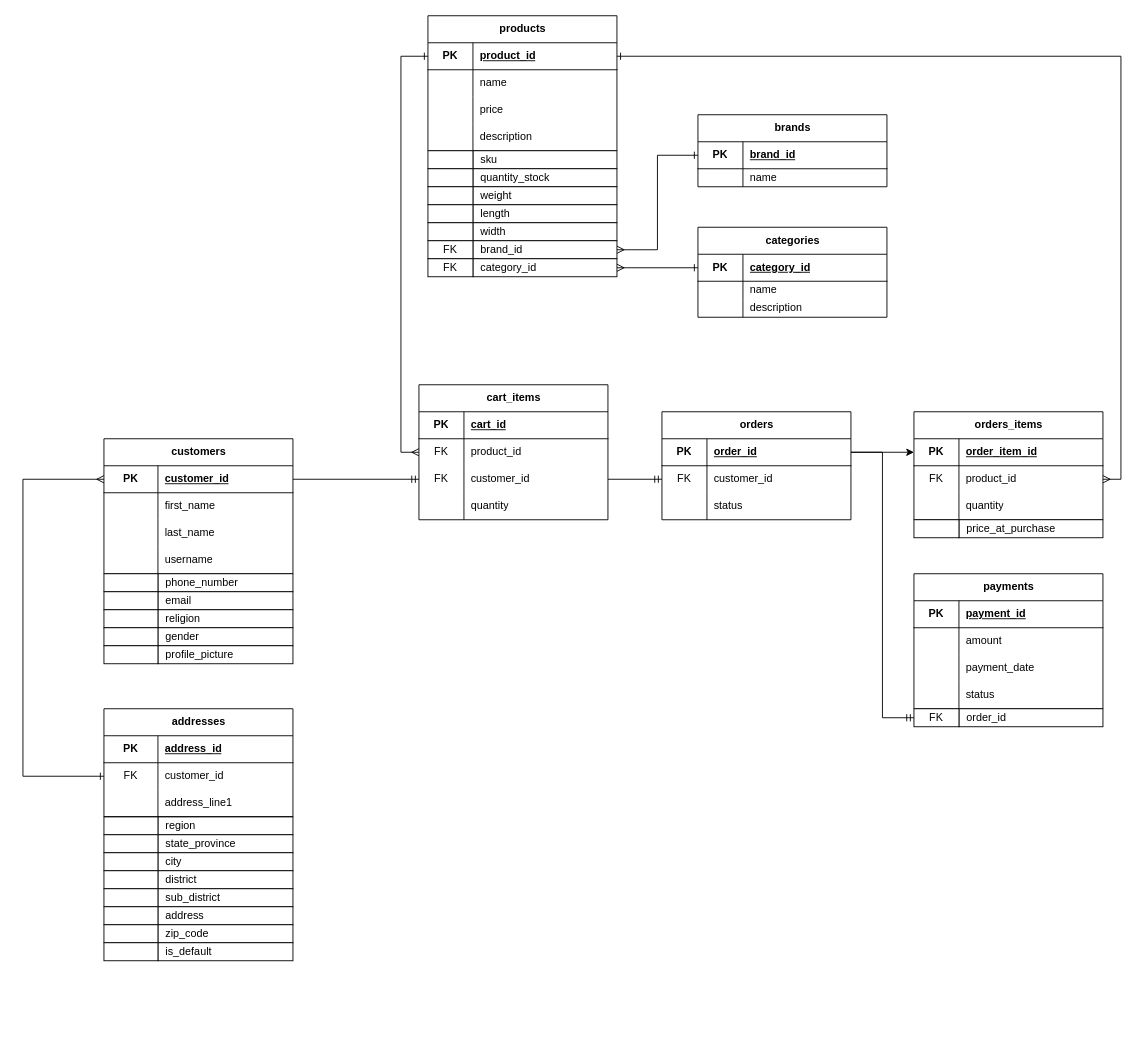
Earlier version of the draw.io diagram erd e-commerce umkm.drawio (Hendra1505/portofolio). Source tidied: cells renumbered, new cells numbered last; positions are measured from the earlier drawing's top-left corner, leaving out a move shared by most shapes. Both pictures are drawn from the tidied source at 90%, with x=0, y=0 at pixel (22, 15).
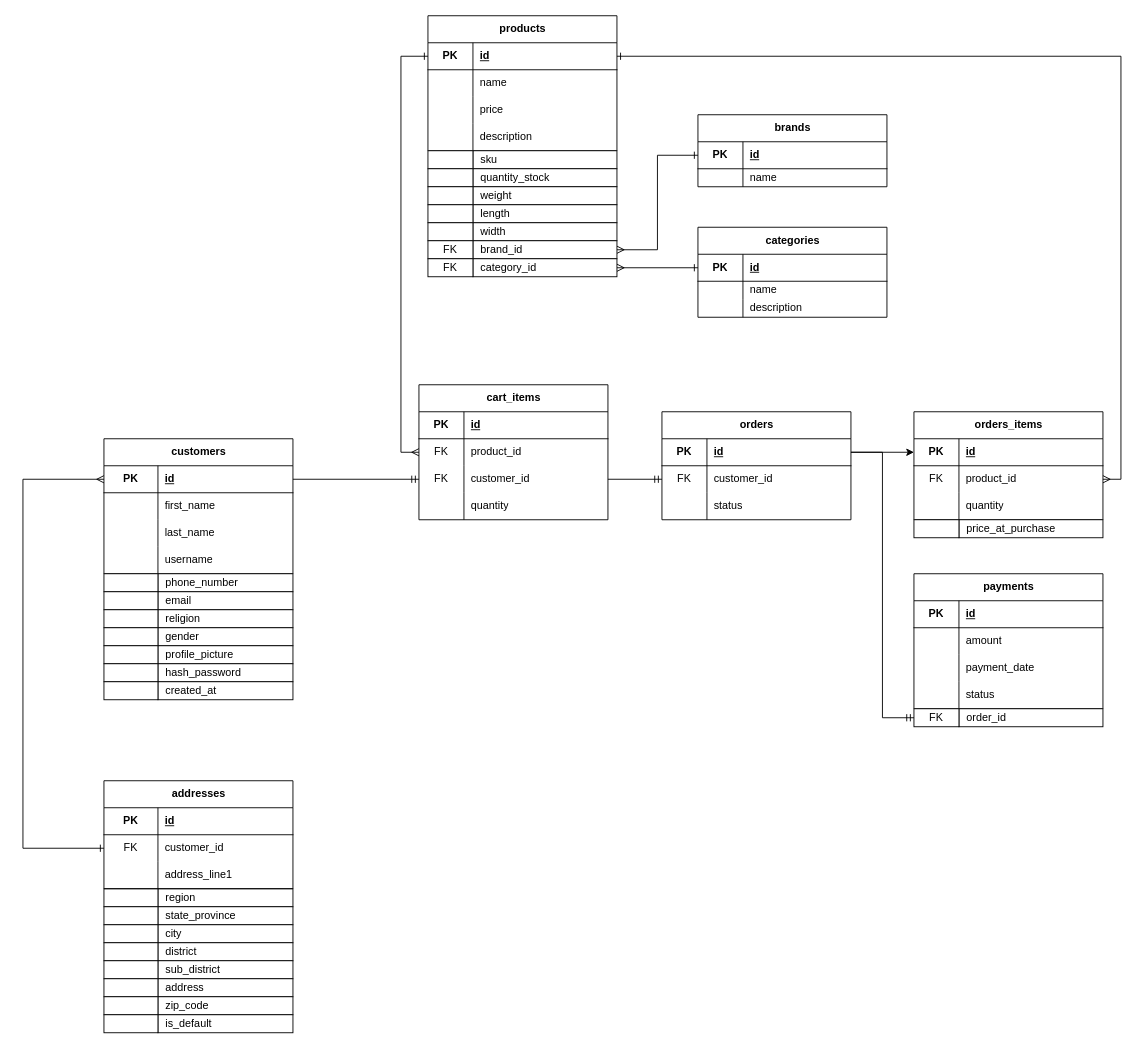
Above is the later version.

Commit message:
[Ekky] modify ERD

The change refers to these unchanged cells:
```xml
<mxCell id="3" style="shape=tableRow;horizontal=0;startSize=0;swimlaneHead=0;swimlaneBody=0;fillColor=none;points=[[0,0.5],[1,0.5]];portConstraint=eastwest;top=0;left=0;right=0;bottom=1;" parent="2" vertex="1">
  <mxGeometry y="30" width="210" height="30" as="geometry" />
</mxCell>
<mxCell id="16" style="shape=tableRow;horizontal=0;startSize=0;swimlaneHead=0;swimlaneBody=0;fillColor=none;points=[[0,0.5],[1,0.5]];portConstraint=eastwest;top=0;left=0;right=0;bottom=1;" parent="15" vertex="1">
  <mxGeometry y="30" width="210" height="30" as="geometry" />
</mxCell>
<mxCell id="53" style="shape=tableRow;horizontal=0;startSize=0;swimlaneHead=0;swimlaneBody=0;fillColor=none;top=0;left=0;right=0;bottom=1;" parent="52" vertex="1">
  <mxGeometry y="30" width="210" height="30" as="geometry" />
</mxCell>
<mxCell id="66" style="shape=tableRow;horizontal=0;startSize=0;swimlaneHead=0;swimlaneBody=0;fillColor=none;top=0;left=0;right=0;bottom=1;" parent="65" vertex="1">
  <mxGeometry y="30" width="210" height="30" as="geometry" />
</mxCell>
<mxCell id="81" style="shape=tableRow;horizontal=0;startSize=0;swimlaneHead=0;swimlaneBody=0;fillColor=none;points=[[0,0.5],[1,0.5]];portConstraint=eastwest;top=0;left=0;right=0;bottom=1;" parent="80" vertex="1">
  <mxGeometry y="30" width="210" height="30" as="geometry" />
</mxCell>
<mxCell id="107" style="shape=tableRow;horizontal=0;startSize=0;swimlaneHead=0;swimlaneBody=0;fillColor=none;points=[[0,0.5],[1,0.5]];portConstraint=eastwest;top=0;left=0;right=0;bottom=1;" parent="106" vertex="1">
  <mxGeometry y="30" width="210" height="30" as="geometry" />
</mxCell>
<mxCell id="117" style="shape=tableRow;horizontal=0;startSize=0;swimlaneHead=0;swimlaneBody=0;fillColor=none;points=[[0,0.5],[1,0.5]];portConstraint=eastwest;top=0;left=0;right=0;bottom=1;" parent="116" vertex="1">
  <mxGeometry y="30" width="210" height="30" as="geometry" />
</mxCell>
<mxCell id="127" style="shape=tableRow;horizontal=0;startSize=0;swimlaneHead=0;swimlaneBody=0;fillColor=none;points=[[0,0.5],[1,0.5]];portConstraint=eastwest;top=0;left=0;right=0;bottom=1;" parent="126" vertex="1">
  <mxGeometry y="30" width="210" height="30" as="geometry" />
</mxCell>
<mxCell id="134" style="shape=tableRow;horizontal=0;startSize=0;swimlaneHead=0;swimlaneBody=0;fillColor=none;top=0;left=0;right=0;bottom=1;" parent="133" vertex="1">
  <mxGeometry y="30" width="210" height="30" as="geometry" />
</mxCell>
<mxCell id="137" style="shape=tableRow;horizontal=0;startSize=0;swimlaneHead=0;swimlaneBody=0;fillColor=none;points=[[0,0.5],[1,0.5]];portConstraint=eastwest;top=0;left=0;right=0;bottom=0;" parent="133" vertex="1">
  <mxGeometry y="60" width="210" height="30" as="geometry" />
</mxCell>
```

What changed in the source:
```diff
@@
-    <mxCell id="5" value="customer_id" style="shape=partialRectangle;fillColor=none;top=0;left=0;bottom=0;right=0;align=left;spacingLeft=6;fontStyle=5;overflow=hidden;whiteSpace=wrap;html=1;" parent="3" vertex="1">
+    <mxCell id="5" value="id" style="shape=partialRectangle;fillColor=none;top=0;left=0;bottom=0;right=0;align=left;spacingLeft=6;fontStyle=5;overflow=hidden;whiteSpace=wrap;html=1;" parent="3" vertex="1">
       <mxGeometry x="60" width="150" height="30" as="geometry" />
     </mxCell>
@@
-    <mxCell id="18" value="product_id" style="shape=partialRectangle;fillColor=none;top=0;left=0;bottom=0;right=0;align=left;spacingLeft=6;fontStyle=5;overflow=hidden;whiteSpace=wrap;html=1;" parent="16" vertex="1">
+    <mxCell id="18" value="id" style="shape=partialRectangle;fillColor=none;top=0;left=0;bottom=0;right=0;align=left;spacingLeft=6;fontStyle=5;overflow=hidden;whiteSpace=wrap;html=1;" parent="16" vertex="1">
       <mxGeometry x="50" width="160" height="30" as="geometry" />
     </mxCell>
@@
     <mxCell id="32" value="&amp;nbsp; region" style="whiteSpace=wrap;html=1;align=left;" parent="1" vertex="1">
-      <mxGeometry x="150" y="890" width="150" height="20" as="geometry" />
+      <mxGeometry x="150" y="970" width="150" height="20" as="geometry" />
     </mxCell>
     <mxCell id="33" style="whiteSpace=wrap;html=1;align=center;" parent="1" vertex="1">
-      <mxGeometry x="90" y="890" width="60" height="20" as="geometry" />
+      <mxGeometry x="90" y="970" width="60" height="20" as="geometry" />
     </mxCell>
     <mxCell id="34" value="&amp;nbsp; state_province" style="whiteSpace=wrap;html=1;align=left;" parent="1" vertex="1">
-      <mxGeometry x="150" y="910" width="150" height="20" as="geometry" />
+      <mxGeometry x="150" y="990" width="150" height="20" as="geometry" />
     </mxCell>
     <mxCell id="35" style="whiteSpace=wrap;html=1;align=center;" parent="1" vertex="1">
-      <mxGeometry x="90" y="910" width="60" height="20" as="geometry" />
+      <mxGeometry x="90" y="990" width="60" height="20" as="geometry" />
     </mxCell>
     <mxCell id="36" value="&amp;nbsp; city" style="whiteSpace=wrap;html=1;align=left;" parent="1" vertex="1">
-      <mxGeometry x="150" y="930" width="150" height="20" as="geometry" />
+      <mxGeometry x="150" y="1010" width="150" height="20" as="geometry" />
     </mxCell>
     <mxCell id="37" style="whiteSpace=wrap;html=1;align=center;" parent="1" vertex="1">
-      <mxGeometry x="90" y="930" width="60" height="20" as="geometry" />
+      <mxGeometry x="90" y="1010" width="60" height="20" as="geometry" />
     </mxCell>
     <mxCell id="38" value="&amp;nbsp; district" style="whiteSpace=wrap;html=1;align=left;" parent="1" vertex="1">
-      <mxGeometry x="150" y="950" width="150" height="20" as="geometry" />
+      <mxGeometry x="150" y="1030" width="150" height="20" as="geometry" />
     </mxCell>
     <mxCell id="39" style="whiteSpace=wrap;html=1;align=center;" parent="1" vertex="1">
-      <mxGeometry x="90" y="950" width="60" height="20" as="geometry" />
+      <mxGeometry x="90" y="1030" width="60" height="20" as="geometry" />
     </mxCell>
     <mxCell id="40" value="&amp;nbsp; sub_district" style="whiteSpace=wrap;html=1;align=left;" parent="1" vertex="1">
-      <mxGeometry x="150" y="970" width="150" height="20" as="geometry" />
+      <mxGeometry x="150" y="1050" width="150" height="20" as="geometry" />
     </mxCell>
     <mxCell id="41" style="whiteSpace=wrap;html=1;align=center;" parent="1" vertex="1">
-      <mxGeometry x="90" y="970" width="60" height="20" as="geometry" />
+      <mxGeometry x="90" y="1050" width="60" height="20" as="geometry" />
     </mxCell>
     <mxCell id="42" value="&amp;nbsp; address" style="whiteSpace=wrap;html=1;align=left;" parent="1" vertex="1">
-      <mxGeometry x="150" y="990" width="150" height="20" as="geometry" />
+      <mxGeometry x="150" y="1070" width="150" height="20" as="geometry" />
     </mxCell>
     <mxCell id="43" style="whiteSpace=wrap;html=1;align=center;" parent="1" vertex="1">
-      <mxGeometry x="90" y="990" width="60" height="20" as="geometry" />
+      <mxGeometry x="90" y="1070" width="60" height="20" as="geometry" />
     </mxCell>
     <mxCell id="44" value="&amp;nbsp; zip_code" style="whiteSpace=wrap;html=1;align=left;" parent="1" vertex="1">
-      <mxGeometry x="150" y="1010" width="150" height="20" as="geometry" />
+      <mxGeometry x="150" y="1090" width="150" height="20" as="geometry" />
     </mxCell>
     <mxCell id="45" style="whiteSpace=wrap;html=1;align=center;" parent="1" vertex="1">
-      <mxGeometry x="90" y="1010" width="60" height="20" as="geometry" />
+      <mxGeometry x="90" y="1090" width="60" height="20" as="geometry" />
     </mxCell>
@@
-    <mxCell id="55" value="payment_id" style="shape=partialRectangle;fillColor=none;top=0;left=0;bottom=0;right=0;align=left;spacingLeft=6;fontStyle=5;overflow=hidden;whiteSpace=wrap;html=1;" parent="53" vertex="1">
+    <mxCell id="55" value="id" style="shape=partialRectangle;fillColor=none;top=0;left=0;bottom=0;right=0;align=left;spacingLeft=6;fontStyle=5;overflow=hidden;whiteSpace=wrap;html=1;" parent="53" vertex="1">
       <mxGeometry x="50" width="160" height="30" as="geometry" />
     </mxCell>
@@
-    <mxCell id="68" value="cart_id" style="shape=partialRectangle;fillColor=none;top=0;left=0;bottom=0;right=0;align=left;spacingLeft=6;fontStyle=5;overflow=hidden;whiteSpace=wrap;html=1;" parent="66" vertex="1">
+    <mxCell id="68" value="id" style="shape=partialRectangle;fillColor=none;top=0;left=0;bottom=0;right=0;align=left;spacingLeft=6;fontStyle=5;overflow=hidden;whiteSpace=wrap;html=1;" parent="66" vertex="1">
       <mxGeometry x="50" width="160" height="30" as="geometry" />
     </mxCell>
@@
-    <mxCell id="83" value="order_id" style="shape=partialRectangle;fillColor=none;top=0;left=0;bottom=0;right=0;align=left;spacingLeft=6;fontStyle=5;overflow=hidden;whiteSpace=wrap;html=1;" parent="81" vertex="1">
+    <mxCell id="83" value="id" style="shape=partialRectangle;fillColor=none;top=0;left=0;bottom=0;right=0;align=left;spacingLeft=6;fontStyle=5;overflow=hidden;whiteSpace=wrap;html=1;" parent="81" vertex="1">
       <mxGeometry x="50" width="160" height="30" as="geometry" />
     </mxCell>
@@
-    <mxCell id="109" value="order_item_id" style="shape=partialRectangle;fillColor=none;top=0;left=0;bottom=0;right=0;align=left;spacingLeft=6;fontStyle=5;overflow=hidden;whiteSpace=wrap;html=1;" parent="107" vertex="1">
+    <mxCell id="109" value="id" style="shape=partialRectangle;fillColor=none;top=0;left=0;bottom=0;right=0;align=left;spacingLeft=6;fontStyle=5;overflow=hidden;whiteSpace=wrap;html=1;" parent="107" vertex="1">
       <mxGeometry x="50" width="160" height="30" as="geometry" />
     </mxCell>
@@
-    <mxCell id="119" value="category_id" style="shape=partialRectangle;fillColor=none;top=0;left=0;bottom=0;right=0;align=left;spacingLeft=6;fontStyle=5;overflow=hidden;whiteSpace=wrap;html=1;" parent="117" vertex="1">
+    <mxCell id="119" value="id" style="shape=partialRectangle;fillColor=none;top=0;left=0;bottom=0;right=0;align=left;spacingLeft=6;fontStyle=5;overflow=hidden;whiteSpace=wrap;html=1;" parent="117" vertex="1">
       <mxGeometry x="50" width="160" height="30" as="geometry" />
     </mxCell>
@@
-    <mxCell id="129" value="brand_id" style="shape=partialRectangle;fillColor=none;top=0;left=0;bottom=0;right=0;align=left;spacingLeft=6;fontStyle=5;overflow=hidden;whiteSpace=wrap;html=1;" parent="127" vertex="1">
+    <mxCell id="129" value="id" style="shape=partialRectangle;fillColor=none;top=0;left=0;bottom=0;right=0;align=left;spacingLeft=6;fontStyle=5;overflow=hidden;whiteSpace=wrap;html=1;" parent="127" vertex="1">
       <mxGeometry x="50" width="160" height="30" as="geometry" />
     </mxCell>
@@
     <mxCell id="133" value="addresses" style="shape=table;startSize=30;childLayout=tableLayout;rowLines=0;fontStyle=1;align=center;html=1;" parent="1" vertex="1">
-      <mxGeometry x="90" y="770" width="210" height="120" as="geometry" />
+      <mxGeometry x="90" y="850" width="210" height="120" as="geometry" />
     </mxCell>
@@
-    <mxCell id="136" value="address_id" style="shape=partialRectangle;fillColor=none;top=0;left=0;bottom=0;right=0;align=left;spacingLeft=6;fontStyle=5;overflow=hidden;whiteSpace=wrap;html=1;" parent="134" vertex="1">
+    <mxCell id="136" value="id" style="shape=partialRectangle;fillColor=none;top=0;left=0;bottom=0;right=0;align=left;spacingLeft=6;fontStyle=5;overflow=hidden;whiteSpace=wrap;html=1;" parent="134" vertex="1">
       <mxGeometry x="60" width="150" height="30" as="geometry" />
     </mxCell>
@@
     <mxCell id="143" value="&amp;nbsp; is_default" style="whiteSpace=wrap;html=1;align=left;" parent="1" vertex="1">
-      <mxGeometry x="150" y="1030" width="150" height="20" as="geometry" />
+      <mxGeometry x="150" y="1110" width="150" height="20" as="geometry" />
     </mxCell>
     <mxCell id="144" style="whiteSpace=wrap;html=1;align=center;" parent="1" vertex="1">
-      <mxGeometry x="90" y="1030" width="60" height="20" as="geometry" />
+      <mxGeometry x="90" y="1110" width="60" height="20" as="geometry" />
     </mxCell>
@@
     <mxCell id="147" style="edgeStyle=orthogonalEdgeStyle;rounded=0;jettySize=auto;html=1;exitX=0;exitY=0.5;exitDx=0;exitDy=0;entryX=0;entryY=0.5;entryDx=0;entryDy=0;strokeColor=default;endArrow=ERmany;endFill=0;startArrow=ERone;startFill=0;" parent="1" edge="1" source="137" target="3">
       <mxGeometry relative="1" as="geometry">
         <Array as="points">
-          <mxPoint y="845" />
+          <mxPoint y="925" />
           <mxPoint y="515" />
         </Array>
       </mxGeometry>
     </mxCell>
@@
+    <mxCell id="154" value="&amp;nbsp; hash_password" style="whiteSpace=wrap;html=1;align=left;" parent="1" vertex="1">
+      <mxGeometry x="150" y="720" width="150" height="20" as="geometry" />
+    </mxCell>
+    <mxCell id="155" style="whiteSpace=wrap;html=1;align=center;" parent="1" vertex="1">
+      <mxGeometry x="90" y="720" width="60" height="20" as="geometry" />
+    </mxCell>
+    <mxCell id="156" value="&amp;nbsp; created_at" style="whiteSpace=wrap;html=1;align=left;" parent="1" vertex="1">
+      <mxGeometry x="150" y="740" width="150" height="20" as="geometry" />
+    </mxCell>
+    <mxCell id="157" style="whiteSpace=wrap;html=1;align=center;" parent="1" vertex="1">
+      <mxGeometry x="90" y="740" width="60" height="20" as="geometry" />
+    </mxCell>
```
